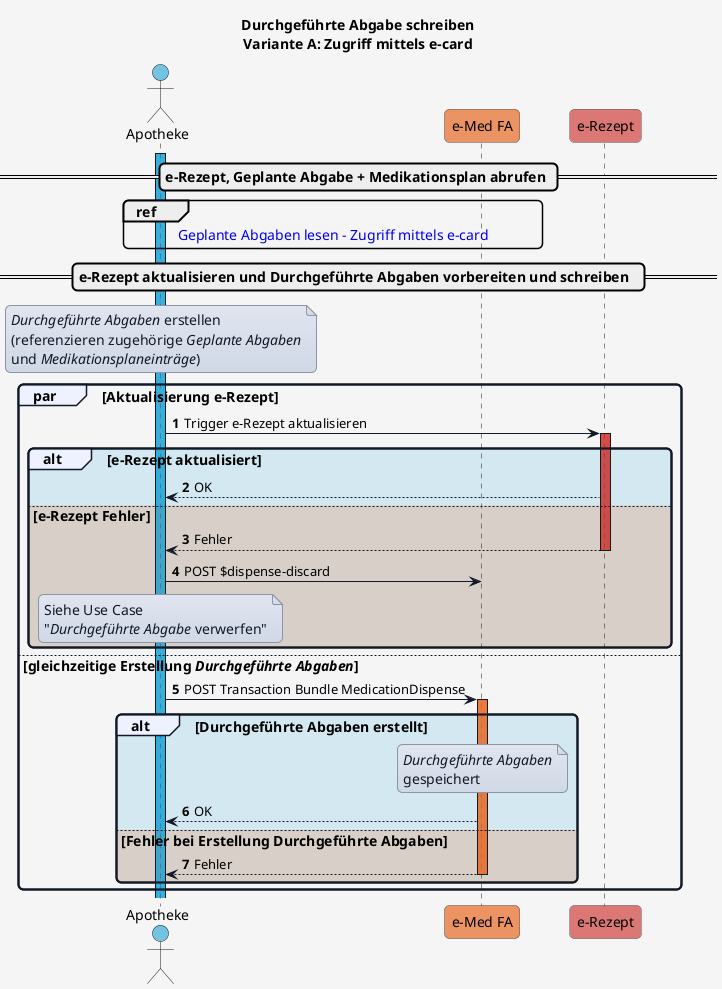
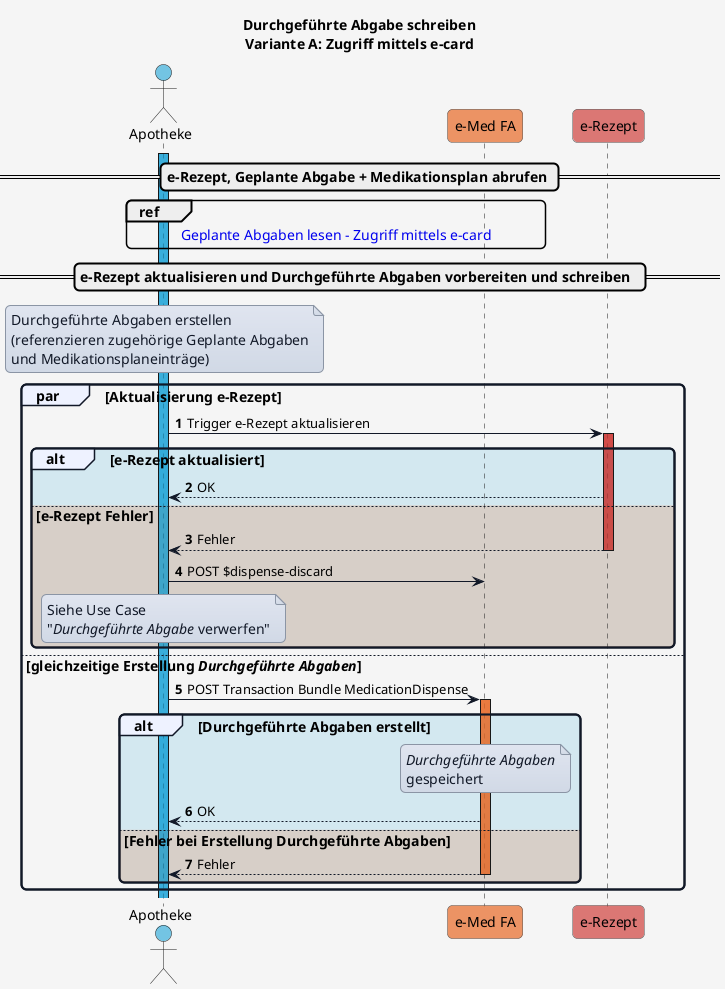
@startuml

title Durchgeführte Abgabe schreiben\nVariante A: Zugriff mittels e-card

'skinparam actorStyle awesome

skinparam borderColor #000000
skinparam backgroundColor #f5f5f5
skinparam shadowing false
skinparam roundCorner 10
skinparam defaultFontName "Arial"
skinparam defaultFontSize 14
skinparam defaultFontColor #000000
skinparam HyperlinkColor #0000EE
skinparam HyperlinkUnderline false
skinparam BoxPadding 20
skinparam BoxBorderColor #555555

skinparam note {
  BackgroundColor #e0e5f0-#d1d9e6
  BorderColor #8b95a5
  BorderThickness 1
  RoundCorner 0
  Padding 6
  FontColor #111827
  Shadowing false
}

skinparam sequence {
  ParticipantBorderColor #555555
  ParticipantFontColor #000000
  ParticipantFontSize 14
  ParticipantPadding 20
  ArrowColor #111827
  ArrowThickness 1
  ArrowFontColor #000000
  ArrowFontSize 13
  GroupBorderColor #111827
  GroupBackgroundColor #eef2ff
  GroupBorderThickness 2
}

!define COLOR_GDA_1    #15608280
!define COLOR_GDA_2    #96607D80
!define COLOR_PATIENT  #196B2480
!define COLOR_APO      #0F9ED590
!define COLOR_EMED_FA  #e97232bd
!define COLOR_E_REZEPT #cd3732a9

!define COLOR_OK       #0F9ED525
!define COLOR_ERROR    #E9713235

actor GDA_Apo as "Apotheke" COLOR_APO
participant eMed_FA as "e-Med FA" COLOR_EMED_FA
participant e_Rezept as "e-Rezept" COLOR_E_REZEPT

autonumber

activate GDA_Apo COLOR_APO

== e-Rezept, Geplante Abgabe + Medikationsplan abrufen ==

  ref over GDA_Apo, eMed_FA : [[Sub_UC_eMed_07_01.html#sub_uc_emed_07_01_a-zugriff-mittels-e-card Geplante Abgaben lesen - Zugriff mittels e-card]]

== e-Rezept aktualisieren und Durchgeführte Abgaben vorbereiten und schreiben  ==

note over GDA_Apo
- <i>Durchgeführte Abgaben</i> erstellen
- (referenzieren zugehörige <i>Geplante Abgaben</i>
- und <i>Medikationsplaneinträge</i>)
+ Durchgeführte Abgaben erstellen
+ (referenzieren zugehörige Geplante Abgaben
+ und Medikationsplaneinträge)
end note


par Aktualisierung e-Rezept

  GDA_Apo -> e_Rezept: Trigger e-Rezept aktualisieren
  activate e_Rezept COLOR_E_REZEPT

  alt COLOR_OK e-Rezept aktualisiert
    e_Rezept --> GDA_Apo: OK

  else COLOR_ERROR e-Rezept Fehler
    e_Rezept --> GDA_Apo: Fehler
    deactivate e_Rezept

    GDA_Apo -> eMed_FA: POST $dispense-discard​

    note over GDA_Apo
    Siehe Use Case
    "<i>Durchgeführte Abgabe</i> verwerfen"
    end note
  end



else gleichzeitige Erstellung <i>Durchgeführte Abgaben</i>

  GDA_Apo -> eMed_FA: POST Transaction Bundle MedicationDispense
  activate eMed_FA COLOR_EMED_FA

  alt COLOR_OK Durchgeführte Abgaben erstellt

    note over eMed_FA
    <i>Durchgeführte Abgaben</i>
    gespeichert
    end note

    eMed_FA --> GDA_Apo: OK

  else COLOR_ERROR Fehler bei Erstellung Durchgeführte Abgaben
    eMed_FA --> GDA_Apo: Fehler
    deactivate eMed_FA

  end
end

@enduml